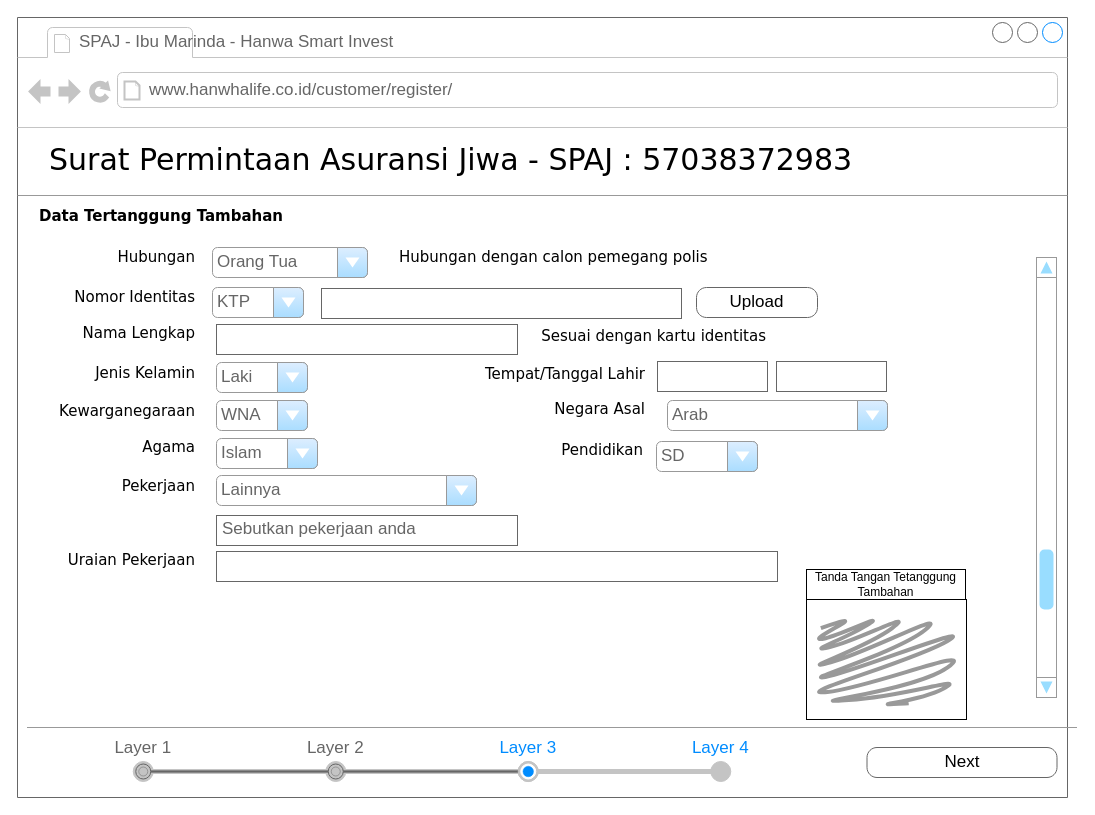
The draw.io diagram page "ESUBMISSION-add_tambahan" (8 of 18) of CustomerInvitation.drawio in gustianom/hanwhaiso, before the edit. Source tidied: cells renumbered, new cells numbered last; positions are measured from the earlier drawing's top-left corner, leaving out a move shared by most shapes. Both pictures are drawn from the tidied source at 100%, with x=0, y=0 at pixel (17, 17).
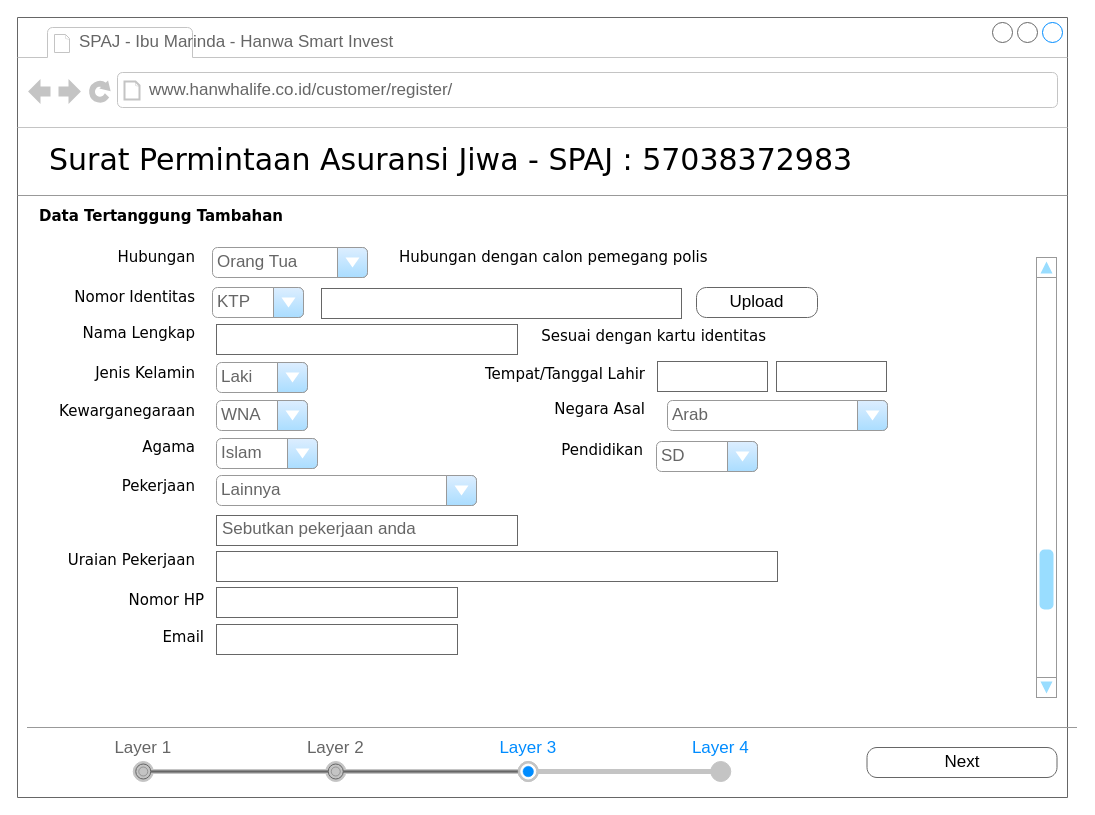
After the change.

The change refers to these unchanged cells:
```xml
<mxCell id="2" style="strokeWidth=1;shadow=0;dashed=0;align=center;html=1;shape=mxgraph.mockup.containers.browserWindow;rSize=0;strokeColor=#666666;mainText=,;rounded=0;labelBackgroundColor=none;fontFamily=Verdana;fontSize=12;" parent="1" vertex="1">
  <mxGeometry width="1050" height="780" as="geometry" />
</mxCell>
```

What changed in the source:
```diff
@@
-    <mxCell id="33" style="group;" parent="2" vertex="1">
-      <mxGeometry x="789" y="552" width="160" height="150" as="geometry" />
-    </mxCell>
-    <mxCell id="34" value="Tanda Tangan Tetanggung Tambahan" style="rounded=0;whiteSpace=wrap;html=1;align=center;" parent="33" vertex="1">
-      <mxGeometry width="159" height="30" as="geometry" />
-    </mxCell>
-    <mxCell id="35" style="rounded=0;whiteSpace=wrap;html=1;align=center;" parent="33" vertex="1">
-      <mxGeometry y="30" width="160" height="120" as="geometry" />
-    </mxCell>
-    <mxCell id="36" style="shape=mxgraph.mockup.markup.scratchOut;shadow=0;dashed=0;html=1;strokeColor=#999999;strokeWidth=4;align=center;" parent="33" vertex="1">
-      <mxGeometry x="9" y="50" width="141" height="90" as="geometry" />
-    </mxCell>
@@
+    <mxCell id="44" value="Nomor HP" style="text;html=1;align=right;verticalAlign=top;spacingTop=-4;fontSize=15;fontFamily=Verdana;" parent="2" vertex="1">
+      <mxGeometry x="18" y="571" width="170" height="36" as="geometry" />
+    </mxCell>
+    <mxCell id="45" value="&amp;nbsp;" style="strokeWidth=1;shadow=0;dashed=0;align=center;html=1;shape=mxgraph.mockup.text.textBox;fontColor=#666666;align=left;fontSize=17;spacingLeft=4;spacingTop=-3;strokeColor=#666666;mainText=;" parent="2" vertex="1">
+      <mxGeometry x="199" y="570" width="241" height="30" as="geometry" />
+    </mxCell>
+    <mxCell id="46" value="&amp;nbsp;" style="strokeWidth=1;shadow=0;dashed=0;align=center;html=1;shape=mxgraph.mockup.text.textBox;fontColor=#666666;align=left;fontSize=17;spacingLeft=4;spacingTop=-3;strokeColor=#666666;mainText=;" parent="2" vertex="1">
+      <mxGeometry x="199" y="607" width="241" height="30" as="geometry" />
+    </mxCell>
+    <mxCell id="47" value="Email" style="text;html=1;align=right;verticalAlign=top;spacingTop=-4;fontSize=15;fontFamily=Verdana;" parent="2" vertex="1">
+      <mxGeometry x="18" y="608" width="170" height="36" as="geometry" />
+    </mxCell>
```
